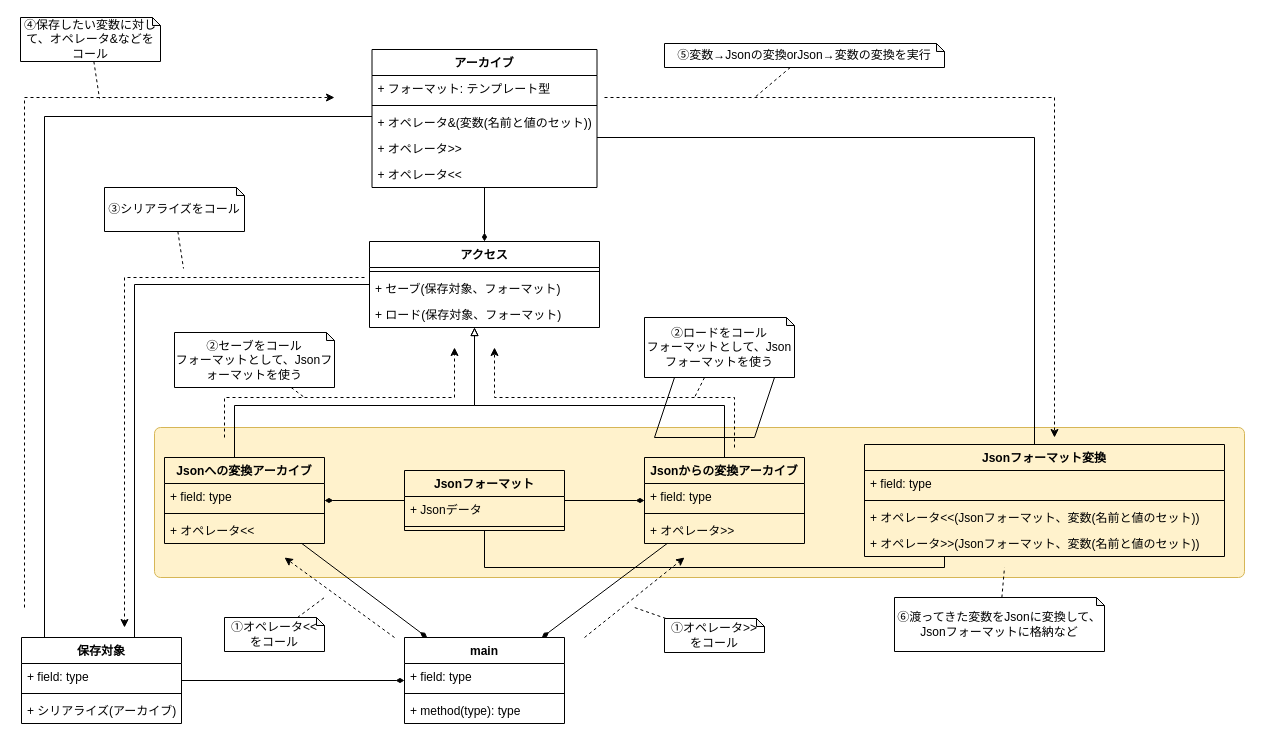
This is documents/内部構造.drawio from Alreschas/fileio, a draw.io file, before an edit. Source tidied: cells renumbered, new cells numbered last; positions are measured from the earlier drawing's top-left corner, leaving out a move shared by most shapes. Both pictures are drawn from the tidied source at 100%, with x=0, y=0 at pixel (20, 17).
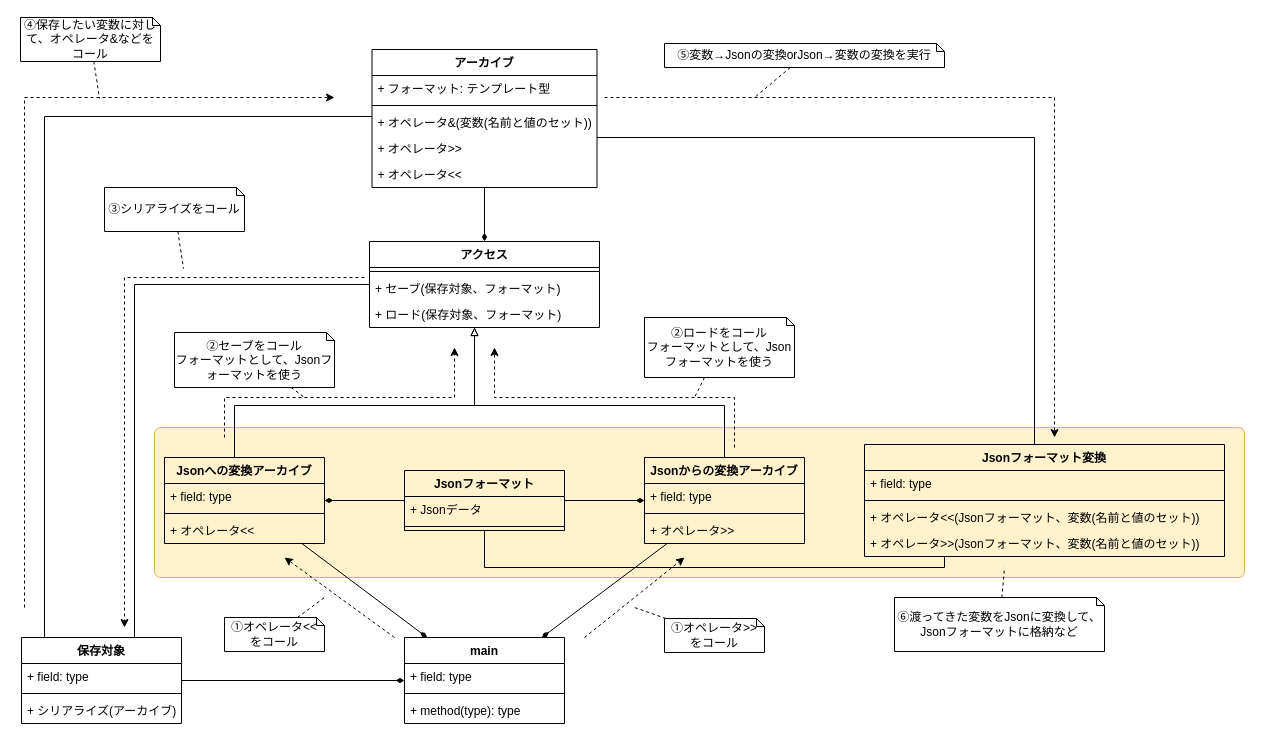
Above is the later version.

The edit, as a diff of the source:
```diff
@@
-    <mxCell id="72" style="shape=parallelogram;perimeter=parallelogramPerimeter;whiteSpace=wrap;html=1;fixedSize=1;fillColor=none;" parent="1" vertex="1">
-      <mxGeometry x="634" y="360" width="120" height="60" as="geometry" />
-    </mxCell>
```
